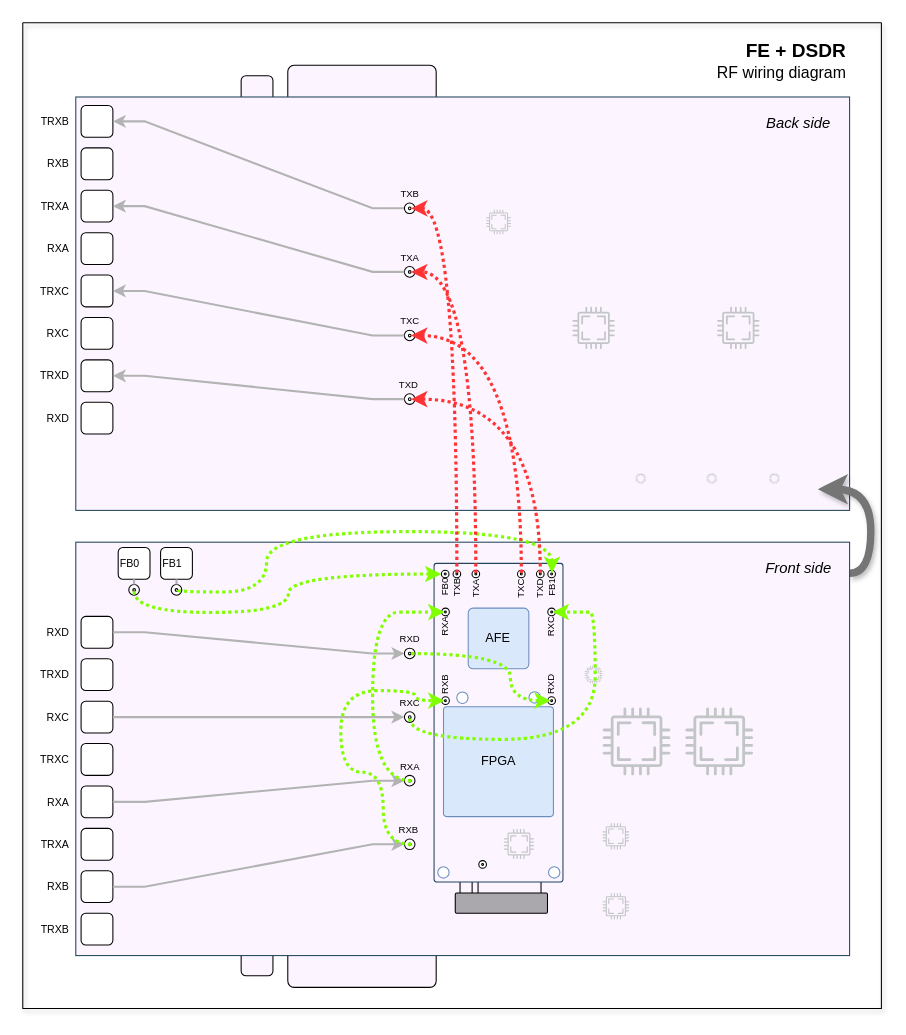
This is source/_static/fe/dsdr_fe_wiring.drawio from wavelet-lab/docs, a draw.io file, before an edit. Source tidied: cells renumbered, new cells numbered last; positions are measured from the earlier drawing's top-left corner, leaving out a move shared by most shapes. Both pictures are drawn from the tidied source at 106%, with x=0, y=0 at pixel (22, 22).
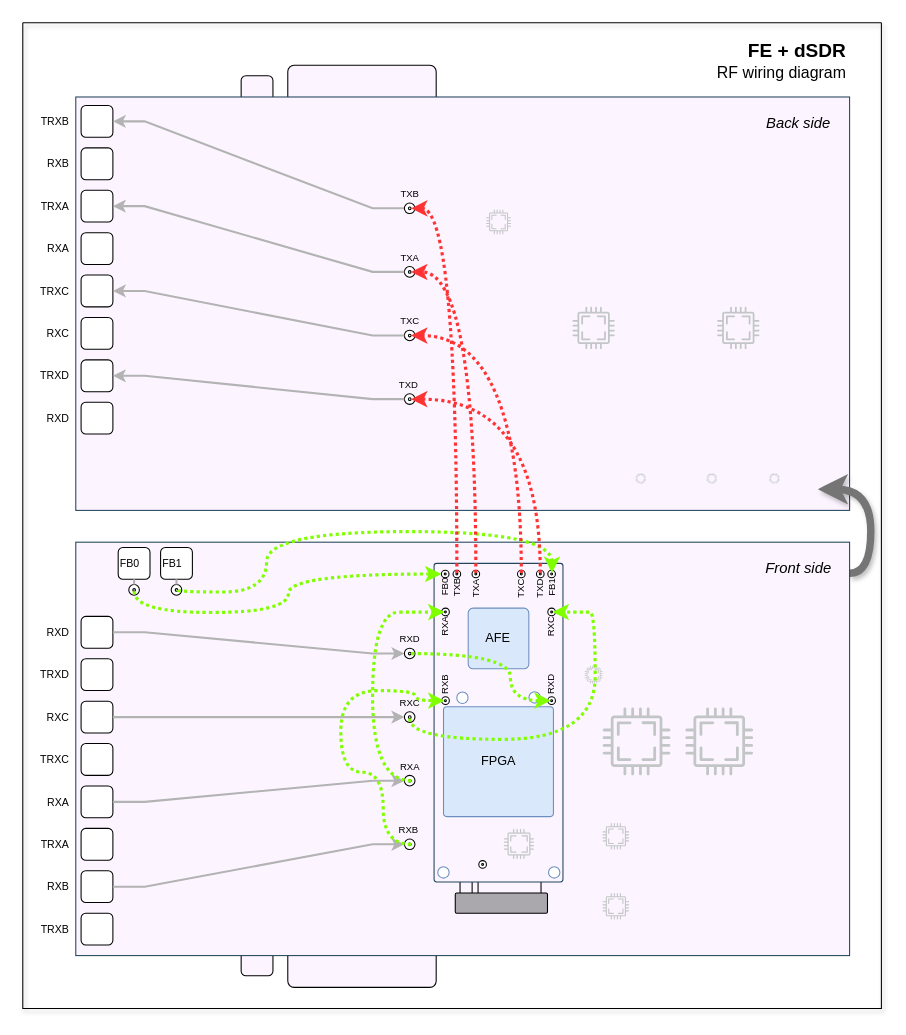
Above is the later version.

Unchanged cells that the change refers to:
```xml
<mxCell id="2" style="swimlane;startSize=0;shadow=1;rounded=0;" parent="1" vertex="1">
  <mxGeometry width="810" height="930" as="geometry" />
</mxCell>
```

Diff of the diagram source:
```diff
@@
-    <mxCell id="15" value="&lt;font style=&quot;font-size: 18px;&quot;&gt;&lt;b&gt;FE + DSDR&lt;/b&gt;&lt;/font&gt;&lt;div&gt;RF wiring diagram&lt;/div&gt;" style="text;html=1;whiteSpace=wrap;strokeColor=none;fillColor=none;align=right;verticalAlign=top;rounded=0;fontSize=15;" parent="2" vertex="1">
+    <mxCell id="15" value="&lt;font style=&quot;font-size: 18px;&quot;&gt;&lt;b&gt;FE + d&lt;/b&gt;&lt;/font&gt;&lt;b style=&quot;font-size: 18px; background-color: transparent; color: light-dark(rgb(0, 0, 0), rgb(255, 255, 255));&quot;&gt;SDR&lt;/b&gt;&lt;div&gt;&lt;div&gt;RF wiring diagram&lt;/div&gt;&lt;/div&gt;" style="text;html=1;whiteSpace=wrap;strokeColor=none;fillColor=none;align=right;verticalAlign=top;rounded=0;fontSize=15;" parent="2" vertex="1">
       <mxGeometry x="558.5" y="10" width="220" height="50" as="geometry" />
     </mxCell>
```
